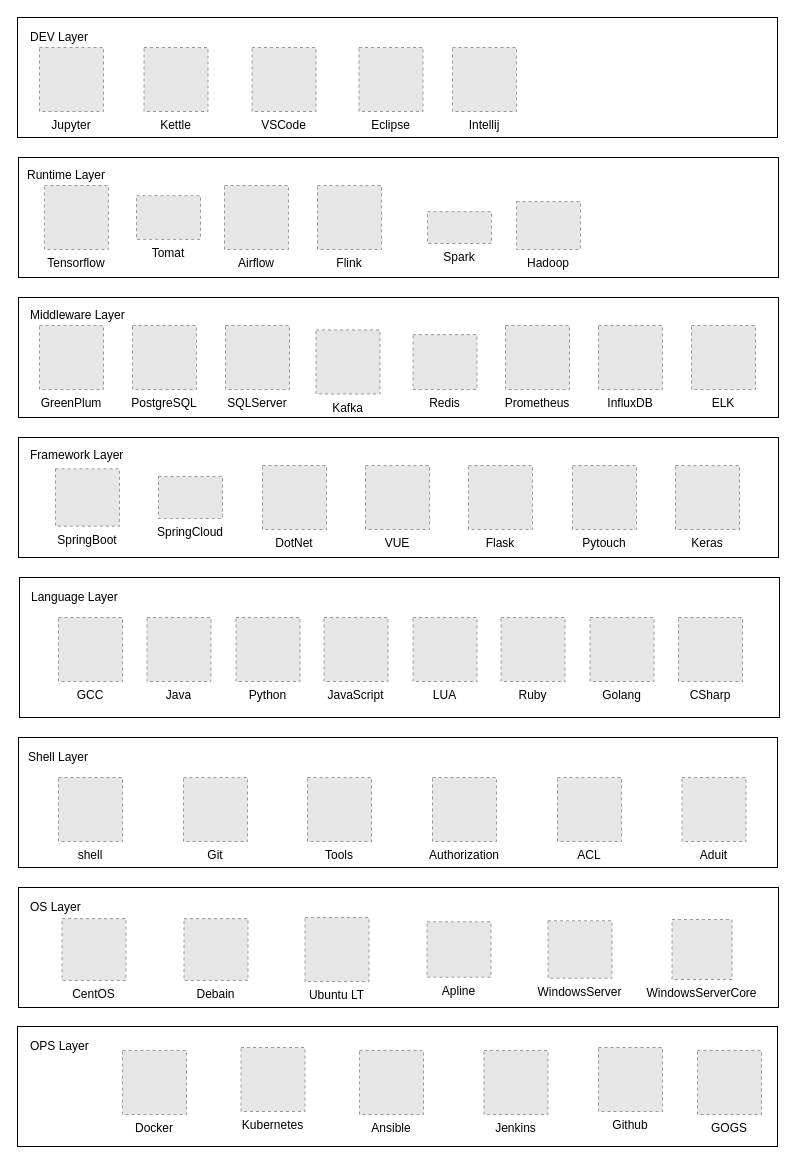
Above: drawio/Program-Layers.drawio in tlw-ray/dev-methodology (draw.io), before the change. Source tidied: cells renumbered, new cells numbered last; positions are measured from the earlier drawing's top-left corner, leaving out a move shared by most shapes. Both pictures are drawn from the tidied source at 100%, with x=0, y=0 at pixel (17, 17). Pictures stored in the file or linked from it are replaced by grey dashed boxes.
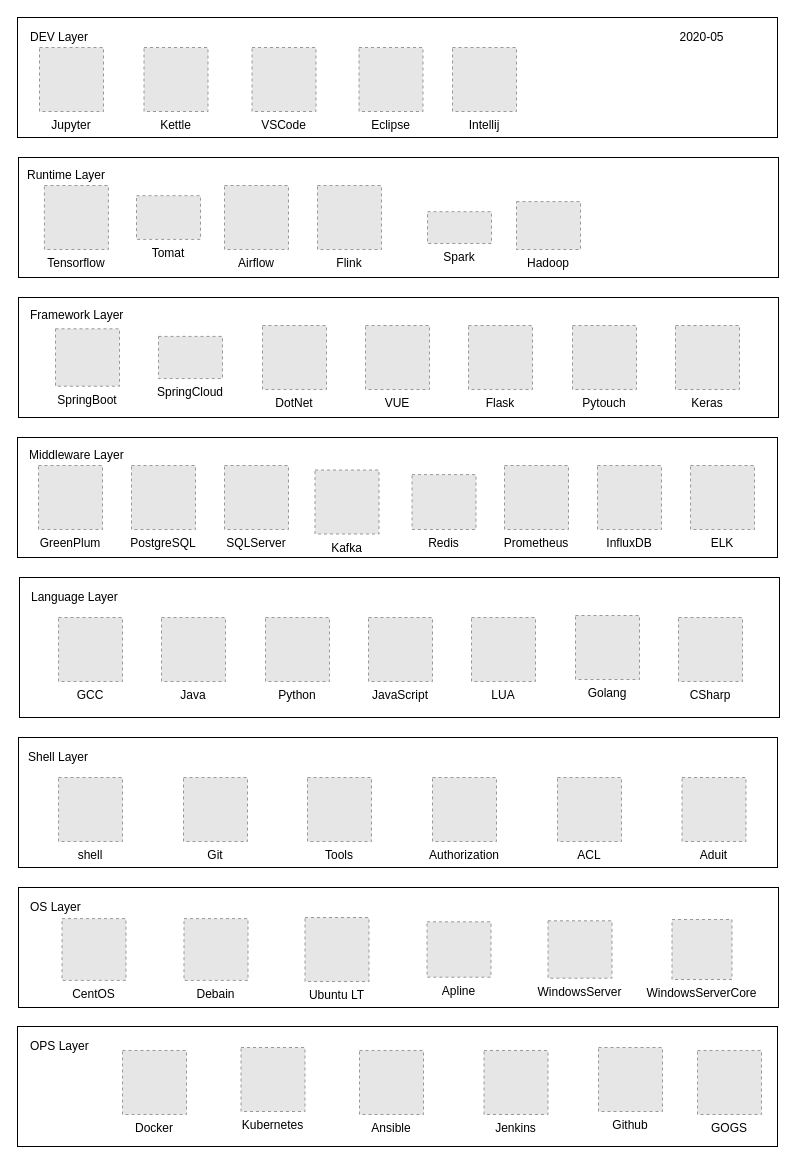
Above is the later version.

What changed in the source:
```diff
@@
     <mxCell id="23" value="Java" style="fillColor=#E6E6E6;strokeColor=#999999;dashed=1;verticalLabelPosition=bottom;verticalAlign=top;" parent="1" vertex="1">
-      <mxGeometry x="129.5" y="600" width="64" height="64" as="geometry" />
+      <mxGeometry x="144" y="600" width="64" height="64" as="geometry" />
     </mxCell>
     <mxCell id="24" value="Python" style="fillColor=#E6E6E6;strokeColor=#999999;dashed=1;verticalLabelPosition=bottom;verticalAlign=top;" parent="1" vertex="1">
-      <mxGeometry x="218.5" y="600" width="64" height="64" as="geometry" />
+      <mxGeometry x="248" y="600" width="64" height="64" as="geometry" />
     </mxCell>
     <mxCell id="25" value="JavaScript" style="fillColor=#E6E6E6;strokeColor=#999999;dashed=1;verticalLabelPosition=bottom;verticalAlign=top;" parent="1" vertex="1">
-      <mxGeometry x="306.5" y="600" width="64" height="64" as="geometry" />
+      <mxGeometry x="351" y="600" width="64" height="64" as="geometry" />
     </mxCell>
-    <mxCell id="26" value="Ruby" style="fillColor=#E6E6E6;strokeColor=#999999;dashed=1;verticalLabelPosition=bottom;labelBackgroundColor=#ffffff;verticalAlign=top;" parent="1" vertex="1">
-      <mxGeometry x="483.5" y="600" width="64" height="64" as="geometry" />
-    </mxCell>
     <mxCell id="27" value="LUA" style="fillColor=#E6E6E6;strokeColor=#999999;dashed=1;verticalLabelPosition=bottom;labelBackgroundColor=#ffffff;verticalAlign=top;" parent="1" vertex="1">
-      <mxGeometry x="395.5" y="600" width="64" height="64" as="geometry" />
+      <mxGeometry x="454" y="600" width="64" height="64" as="geometry" />
     </mxCell>
@@
     <mxCell id="29" style="rounded=0;whiteSpace=wrap;html=1;" parent="1" vertex="1">
-      <mxGeometry x="1" y="420" width="760" height="120" as="geometry" />
+      <mxGeometry x="1" y="280" width="760" height="120" as="geometry" />
     </mxCell>
     <mxCell id="30" value="Framework Layer" style="text;html=1;strokeColor=none;fillColor=none;align=left;verticalAlign=middle;whiteSpace=wrap;rounded=0;" parent="1" vertex="1">
-      <mxGeometry x="11" y="428" width="99.5" height="20" as="geometry" />
+      <mxGeometry x="11" y="288" width="99.5" height="20" as="geometry" />
     </mxCell>
     <mxCell id="31" value="DotNet" style="fillColor=#E6E6E6;strokeColor=#999999;dashed=1;verticalLabelPosition=bottom;verticalAlign=top;align=center;" parent="1" vertex="1">
-      <mxGeometry x="245" y="448" width="64" height="64" as="geometry" />
+      <mxGeometry x="245" y="308" width="64" height="64" as="geometry" />
     </mxCell>
     <mxCell id="32" value="SpringBoot" style="fillColor=#E6E6E6;strokeColor=#999999;dashed=1;verticalLabelPosition=bottom;verticalAlign=top;align=center;" parent="1" vertex="1">
-      <mxGeometry x="38" y="451.3" width="64" height="57.4" as="geometry" />
+      <mxGeometry x="38" y="311.3" width="64" height="57.4" as="geometry" />
     </mxCell>
     <mxCell id="33" value="SpringCloud" style="fillColor=#E6E6E6;strokeColor=#999999;dashed=1;verticalLabelPosition=bottom;verticalAlign=top;align=center;" parent="1" vertex="1">
-      <mxGeometry x="141" y="458.9" width="64" height="42.2" as="geometry" />
+      <mxGeometry x="141" y="318.9" width="64" height="42.2" as="geometry" />
     </mxCell>
     <mxCell id="34" value="Keras" style="fillColor=#E6E6E6;strokeColor=#999999;dashed=1;verticalLabelPosition=bottom;verticalAlign=top;align=center;" parent="1" vertex="1">
-      <mxGeometry x="658" y="448" width="64" height="64" as="geometry" />
+      <mxGeometry x="658" y="308" width="64" height="64" as="geometry" />
     </mxCell>
     <mxCell id="35" value="Pytouch" style="fillColor=#E6E6E6;strokeColor=#999999;dashed=1;verticalLabelPosition=bottom;verticalAlign=top;align=center;" parent="1" vertex="1">
-      <mxGeometry x="555" y="448" width="64" height="64" as="geometry" />
+      <mxGeometry x="555" y="308" width="64" height="64" as="geometry" />
     </mxCell>
@@
     <mxCell id="40" value="Flask" style="fillColor=#E6E6E6;strokeColor=#999999;dashed=1;verticalLabelPosition=bottom;labelBackgroundColor=#ffffff;verticalAlign=top;align=center;" parent="1" vertex="1">
-      <mxGeometry x="451" y="448" width="64" height="64" as="geometry" />
+      <mxGeometry x="451" y="308" width="64" height="64" as="geometry" />
     </mxCell>
     <mxCell id="41" value="Golang" style="fillColor=#E6E6E6;strokeColor=#999999;dashed=1;verticalLabelPosition=bottom;labelBackgroundColor=#ffffff;verticalAlign=top;" parent="1" vertex="1">
-      <mxGeometry x="572.5" y="600" width="64" height="64" as="geometry" />
+      <mxGeometry x="558" y="598" width="64" height="64" as="geometry" />
     </mxCell>
@@
     <mxCell id="43" value="VUE" style="fillColor=#E6E6E6;strokeColor=#999999;dashed=1;verticalLabelPosition=bottom;labelBackgroundColor=#ffffff;verticalAlign=top;align=center;" parent="1" vertex="1">
-      <mxGeometry x="348" y="448" width="64" height="64" as="geometry" />
+      <mxGeometry x="348" y="308" width="64" height="64" as="geometry" />
     </mxCell>
     <mxCell id="44" style="rounded=0;whiteSpace=wrap;html=1;" parent="1" vertex="1">
-      <mxGeometry x="1" y="280" width="760" height="120" as="geometry" />
+      <mxGeometry y="420" width="760" height="120" as="geometry" />
     </mxCell>
     <mxCell id="45" value="Middleware Layer" style="text;html=1;strokeColor=none;fillColor=none;align=left;verticalAlign=middle;whiteSpace=wrap;rounded=0;" parent="1" vertex="1">
-      <mxGeometry x="11" y="288" width="99.5" height="20" as="geometry" />
+      <mxGeometry x="10" y="428" width="99.5" height="20" as="geometry" />
     </mxCell>
     <mxCell id="46" value="GreenPlum" style="fillColor=#E6E6E6;strokeColor=#999999;dashed=1;verticalLabelPosition=bottom;labelBackgroundColor=#ffffff;verticalAlign=top;" parent="1" vertex="1">
-      <mxGeometry x="22" y="308" width="64" height="64" as="geometry" />
+      <mxGeometry x="21" y="448" width="64" height="64" as="geometry" />
     </mxCell>
     <mxCell id="47" value="ELK" style="fillColor=#E6E6E6;strokeColor=#999999;dashed=1;verticalLabelPosition=bottom;labelBackgroundColor=#ffffff;verticalAlign=top;" parent="1" vertex="1">
-      <mxGeometry x="674" y="308" width="64" height="64" as="geometry" />
+      <mxGeometry x="673" y="448" width="64" height="64" as="geometry" />
     </mxCell>
@@
     <mxCell id="50" value="InfluxDB" style="fillColor=#E6E6E6;strokeColor=#999999;dashed=1;verticalLabelPosition=bottom;labelBackgroundColor=#ffffff;verticalAlign=top;" parent="1" vertex="1">
-      <mxGeometry x="581" y="308" width="64" height="64" as="geometry" />
+      <mxGeometry x="580" y="448" width="64" height="64" as="geometry" />
     </mxCell>
     <mxCell id="51" value="Kafka" style="fillColor=#E6E6E6;strokeColor=#999999;dashed=1;verticalLabelPosition=bottom;labelBackgroundColor=#ffffff;verticalAlign=top;" parent="1" vertex="1">
-      <mxGeometry x="298.5" y="312.5" width="64" height="64" as="geometry" />
+      <mxGeometry x="297.5" y="452.5" width="64" height="64" as="geometry" />
     </mxCell>
     <mxCell id="52" value="PostgreSQL" style="fillColor=#E6E6E6;strokeColor=#999999;dashed=1;verticalLabelPosition=bottom;labelBackgroundColor=#ffffff;verticalAlign=top;" parent="1" vertex="1">
-      <mxGeometry x="115" y="308" width="64" height="64" as="geometry" />
+      <mxGeometry x="114" y="448" width="64" height="64" as="geometry" />
     </mxCell>
     <mxCell id="53" value="Prometheus" style="fillColor=#E6E6E6;strokeColor=#999999;dashed=1;verticalLabelPosition=bottom;labelBackgroundColor=#ffffff;verticalAlign=top;" parent="1" vertex="1">
-      <mxGeometry x="488" y="308" width="64" height="64" as="geometry" />
+      <mxGeometry x="487" y="448" width="64" height="64" as="geometry" />
     </mxCell>
     <mxCell id="54" value="Redis" style="fillColor=#E6E6E6;strokeColor=#999999;dashed=1;verticalLabelPosition=bottom;labelBackgroundColor=#ffffff;verticalAlign=top;" parent="1" vertex="1">
-      <mxGeometry x="395.5" y="317.1" width="64" height="54.9" as="geometry" />
+      <mxGeometry x="394.5" y="457.1" width="64" height="54.9" as="geometry" />
     </mxCell>
@@
     <mxCell id="56" value="SQLServer" style="fillColor=#E6E6E6;strokeColor=#999999;dashed=1;verticalLabelPosition=bottom;labelBackgroundColor=#ffffff;verticalAlign=top;" parent="1" vertex="1">
-      <mxGeometry x="208" y="308" width="64" height="64" as="geometry" />
+      <mxGeometry x="207" y="448" width="64" height="64" as="geometry" />
     </mxCell>
@@
+    <mxCell id="70" value="2020-05" style="text;html=1;strokeColor=none;fillColor=none;align=center;verticalAlign=middle;whiteSpace=wrap;rounded=0;" parent="1" vertex="1">
+      <mxGeometry x="614" y="10" width="141" height="20" as="geometry" />
+    </mxCell>
```
